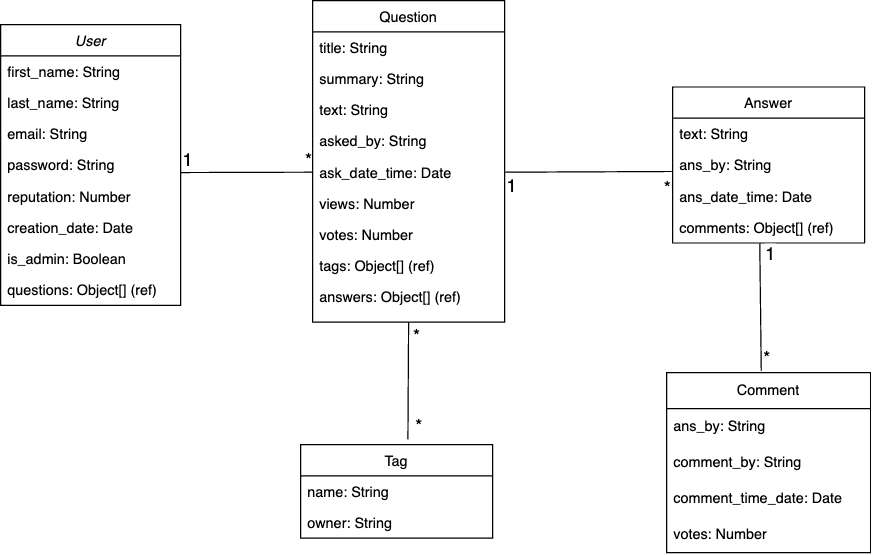
tonybuii2003/Fake-Stack-Overflow keeps this draw.io diagram as images/Database.drawio.png. Above is the earlier version. Source tidied: cells renumbered, new cells last; positions are measured from the earlier drawing's top-left corner, leaving out a move shared by most shapes.
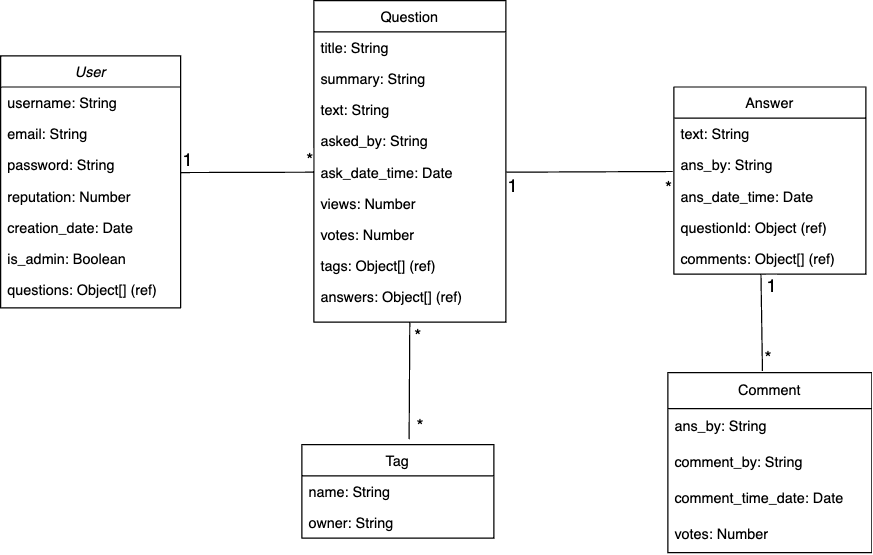
After the commit.

Commit message:
add server uml

Change to the diagram source:
```diff
@@ -3,31 +3,28 @@
     <mxCell id="0" />
     <mxCell id="1" parent="0" />
     <mxCell id="2" value="User" style="swimlane;fontStyle=2;align=center;verticalAlign=top;horizontal=1;startSize=26;rounded=0;shadow=0;strokeWidth=1;" parent="1" vertex="1">
-      <mxGeometry y="20" width="150" height="234" as="geometry" />
+      <mxGeometry x="-1" y="46" width="150" height="210" as="geometry" />
     </mxCell>
-    <mxCell id="3" value="first_name: String " style="text;align=left;verticalAlign=top;spacingLeft=4;spacingRight=4;overflow=hidden;" parent="2" vertex="1">
+    <mxCell id="3" value="username: String " style="text;align=left;verticalAlign=top;spacingLeft=4;spacingRight=4;overflow=hidden;" parent="2" vertex="1">
       <mxGeometry y="26" width="150" height="26" as="geometry" />
     </mxCell>
-    <mxCell id="4" value="last_name: String" style="text;align=left;verticalAlign=top;spacingLeft=4;spacingRight=4;overflow=hidden;rounded=0;shadow=0;html=0;" parent="2" vertex="1">
-      <mxGeometry y="52" width="150" height="26" as="geometry" />
-    </mxCell>
     <mxCell id="5" value="email: String&#10;&#10;" style="text;align=left;verticalAlign=top;spacingLeft=4;spacingRight=4;overflow=hidden;rounded=0;shadow=0;html=0;" parent="2" vertex="1">
-      <mxGeometry y="78" width="150" height="26" as="geometry" />
+      <mxGeometry y="52" width="150" height="26" as="geometry" />
     </mxCell>
     <mxCell id="6" value="password: String" style="text;align=left;verticalAlign=top;spacingLeft=4;spacingRight=4;overflow=hidden;points=[[0,0.5],[1,0.5]];portConstraint=eastwest;rounded=0;shadow=0;html=0;" parent="2" vertex="1">
-      <mxGeometry y="104" width="150" height="26" as="geometry" />
+      <mxGeometry y="78" width="150" height="26" as="geometry" />
     </mxCell>
     <mxCell id="7" value="reputation: Number" style="text;align=left;verticalAlign=top;spacingLeft=4;spacingRight=4;overflow=hidden;rounded=0;shadow=0;html=0;" parent="2" vertex="1">
-      <mxGeometry y="130" width="150" height="26" as="geometry" />
+      <mxGeometry y="104" width="150" height="26" as="geometry" />
     </mxCell>
     <mxCell id="8" value="creation_date: Date" style="text;align=left;verticalAlign=top;spacingLeft=4;spacingRight=4;overflow=hidden;rounded=0;shadow=0;html=0;" parent="2" vertex="1">
-      <mxGeometry y="156" width="150" height="26" as="geometry" />
+      <mxGeometry y="130" width="150" height="26" as="geometry" />
     </mxCell>
     <mxCell id="9" value="is_admin: Boolean" style="text;align=left;verticalAlign=top;spacingLeft=4;spacingRight=4;overflow=hidden;rounded=0;shadow=0;html=0;" parent="2" vertex="1">
-      <mxGeometry y="182" width="150" height="26" as="geometry" />
+      <mxGeometry y="156" width="150" height="26" as="geometry" />
     </mxCell>
     <mxCell id="10" value="questions: Object[] (ref)" style="text;align=left;verticalAlign=top;spacingLeft=4;spacingRight=4;overflow=hidden;rounded=0;shadow=0;html=0;" parent="2" vertex="1">
-      <mxGeometry y="208" width="150" height="26" as="geometry" />
+      <mxGeometry y="182" width="150" height="26" as="geometry" />
     </mxCell>
     <mxCell id="11" value="Tag" style="swimlane;fontStyle=0;align=center;verticalAlign=top;horizontal=1;startSize=26;rounded=0;shadow=0;strokeWidth=1;" parent="1" vertex="1">
       <mxGeometry x="250" y="370" width="160" height="78" as="geometry" />
@@ -39,7 +36,7 @@
       <mxGeometry y="52" width="160" height="26" as="geometry" />
     </mxCell>
     <mxCell id="14" value="Answer" style="swimlane;fontStyle=0;align=center;verticalAlign=top;horizontal=1;startSize=26;rounded=0;shadow=0;strokeWidth=1;" parent="1" vertex="1">
-      <mxGeometry x="560" y="72" width="160" height="130" as="geometry" />
+      <mxGeometry x="560" y="72" width="160" height="156" as="geometry" />
     </mxCell>
     <mxCell id="15" value="text: String" style="text;align=left;verticalAlign=top;spacingLeft=4;spacingRight=4;overflow=hidden;" parent="14" vertex="1">
       <mxGeometry y="26" width="160" height="26" as="geometry" />
@@ -50,8 +47,11 @@
     <mxCell id="17" value="ans_date_time: Date" style="text;align=left;verticalAlign=top;spacingLeft=4;spacingRight=4;overflow=hidden;" parent="14" vertex="1">
       <mxGeometry y="78" width="160" height="26" as="geometry" />
     </mxCell>
+    <mxCell id="46" value="questionId: Object (ref)" style="text;align=left;verticalAlign=top;spacingLeft=4;spacingRight=4;overflow=hidden;" parent="14" vertex="1">
+      <mxGeometry y="104" width="160" height="26" as="geometry" />
+    </mxCell>
     <mxCell id="18" value="comments: Object[] (ref)" style="text;align=left;verticalAlign=top;spacingLeft=4;spacingRight=4;overflow=hidden;points=[[0,0.5],[1,0.5]];portConstraint=eastwest;" parent="14" vertex="1">
-      <mxGeometry y="104" width="160" height="26" as="geometry" />
+      <mxGeometry y="130" width="160" height="26" as="geometry" />
     </mxCell>
     <mxCell id="19" value="Question" style="swimlane;fontStyle=0;align=center;verticalAlign=top;horizontal=1;startSize=26;rounded=0;shadow=0;strokeWidth=1;" parent="1" vertex="1">
       <mxGeometry x="260" width="160" height="268" as="geometry" />
```
